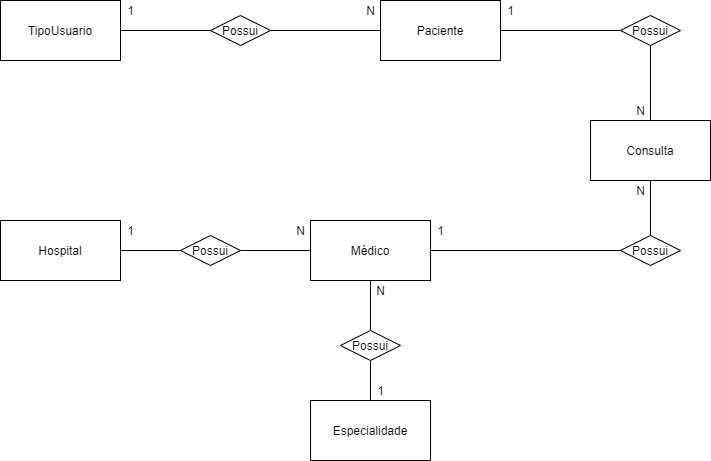
This is Modelagem/SpMedGroup-Conceitual.png from MBrazz/Senai_SpMedGroup_Sprint1_BD_Tarde_MateusBraz, a draw.io export, as it was before one commit. Source tidied: cells renumbered, new cells last; positions are measured from the earlier drawing's top-left corner, leaving out a move shared by most shapes. The source it was exported from:
```xml
<mxGraphModel>
  <root>
    <mxCell id="0" />
    <mxCell id="1" parent="0" />
    <mxCell id="2" style="edgeStyle=orthogonalEdgeStyle;rounded=0;jettySize=auto;html=1;entryX=0.5;entryY=1;entryDx=0;entryDy=0;endArrow=none;endFill=0;" parent="1" edge="1" source="3" target="8">
      <mxGeometry relative="1" as="geometry" />
    </mxCell>
    <mxCell id="3" value="Médico" style="rounded=0;whiteSpace=wrap;html=1;" parent="1" vertex="1">
      <mxGeometry x="310" y="220" width="120" height="60" as="geometry" />
    </mxCell>
    <mxCell id="4" style="edgeStyle=orthogonalEdgeStyle;rounded=0;jettySize=auto;html=1;entryX=0.5;entryY=1;entryDx=0;entryDy=0;endArrow=none;endFill=0;" parent="1" edge="1" source="5" target="29">
      <mxGeometry relative="1" as="geometry" />
    </mxCell>
    <mxCell id="5" value="Especialidade" style="rounded=0;whiteSpace=wrap;html=1;" parent="1" vertex="1">
      <mxGeometry x="310" y="400" width="120" height="60" as="geometry" />
    </mxCell>
    <mxCell id="6" style="edgeStyle=orthogonalEdgeStyle;rounded=0;jettySize=auto;html=1;endArrow=none;endFill=0;" parent="1" edge="1" source="7" target="8">
      <mxGeometry relative="1" as="geometry" />
    </mxCell>
    <mxCell id="7" value="Paciente" style="rounded=0;whiteSpace=wrap;html=1;" parent="1" vertex="1">
      <mxGeometry x="380" width="120" height="60" as="geometry" />
    </mxCell>
    <mxCell id="8" value="Consulta" style="rounded=0;whiteSpace=wrap;html=1;" parent="1" vertex="1">
      <mxGeometry x="590" y="120" width="120" height="60" as="geometry" />
    </mxCell>
    <mxCell id="9" value="TipoUsuario" style="rounded=0;whiteSpace=wrap;html=1;" parent="1" vertex="1">
      <mxGeometry width="120" height="60" as="geometry" />
    </mxCell>
    <mxCell id="10" value="1" style="text;html=1;align=center;verticalAlign=middle;" parent="1" vertex="1">
      <mxGeometry x="120" width="20" height="20" as="geometry" />
    </mxCell>
    <mxCell id="11" style="edgeStyle=orthogonalEdgeStyle;rounded=0;jettySize=auto;html=1;entryX=0;entryY=0.5;entryDx=0;entryDy=0;endArrow=none;endFill=0;" parent="1" edge="1" source="12" target="26">
      <mxGeometry relative="1" as="geometry" />
    </mxCell>
    <mxCell id="12" value="Hospital" style="rounded=0;whiteSpace=wrap;html=1;" parent="1" vertex="1">
      <mxGeometry y="220" width="120" height="60" as="geometry" />
    </mxCell>
    <mxCell id="13" value="N" style="text;html=1;align=center;verticalAlign=middle;" parent="1" vertex="1">
      <mxGeometry x="360" width="20" height="20" as="geometry" />
    </mxCell>
    <mxCell id="14" value="1" style="text;html=1;align=center;verticalAlign=middle;" parent="1" vertex="1">
      <mxGeometry x="500" width="20" height="20" as="geometry" />
    </mxCell>
    <mxCell id="15" value="N" style="text;html=1;align=center;verticalAlign=middle;" parent="1" vertex="1">
      <mxGeometry x="630" y="100" width="20" height="20" as="geometry" />
    </mxCell>
    <mxCell id="16" value="1" style="text;html=1;align=center;verticalAlign=middle;" parent="1" vertex="1">
      <mxGeometry x="120" y="220" width="20" height="20" as="geometry" />
    </mxCell>
    <mxCell id="17" value="1" style="text;html=1;align=center;verticalAlign=middle;" parent="1" vertex="1">
      <mxGeometry x="370" y="380" width="20" height="20" as="geometry" />
    </mxCell>
    <mxCell id="18" value="N" style="text;html=1;align=center;verticalAlign=middle;" parent="1" vertex="1">
      <mxGeometry x="290" y="220" width="20" height="20" as="geometry" />
    </mxCell>
    <mxCell id="19" value="1" style="text;html=1;align=center;verticalAlign=middle;" parent="1" vertex="1">
      <mxGeometry x="430" y="220" width="20" height="20" as="geometry" />
    </mxCell>
    <mxCell id="20" value="N" style="text;html=1;align=center;verticalAlign=middle;" parent="1" vertex="1">
      <mxGeometry x="630" y="180" width="20" height="20" as="geometry" />
    </mxCell>
    <mxCell id="21" style="edgeStyle=orthogonalEdgeStyle;rounded=0;jettySize=auto;html=1;entryX=0;entryY=0.5;entryDx=0;entryDy=0;endArrow=none;endFill=0;" parent="1" edge="1" source="22" target="7">
      <mxGeometry relative="1" as="geometry" />
    </mxCell>
    <mxCell id="22" value="Possui" style="rhombus;whiteSpace=wrap;html=1;" parent="1" vertex="1">
      <mxGeometry x="210" y="15" width="60" height="30" as="geometry" />
    </mxCell>
    <mxCell id="23" style="edgeStyle=orthogonalEdgeStyle;rounded=0;jettySize=auto;html=1;endArrow=none;endFill=0;" parent="1" edge="1" source="9" target="22">
      <mxGeometry relative="1" as="geometry" />
    </mxCell>
    <mxCell id="24" value="Possui" style="rhombus;whiteSpace=wrap;html=1;" parent="1" vertex="1">
      <mxGeometry x="620" y="15" width="60" height="30" as="geometry" />
    </mxCell>
    <mxCell id="25" style="edgeStyle=orthogonalEdgeStyle;rounded=0;jettySize=auto;html=1;entryX=0;entryY=0.5;entryDx=0;entryDy=0;endArrow=none;endFill=0;" parent="1" edge="1" source="26" target="3">
      <mxGeometry relative="1" as="geometry" />
    </mxCell>
    <mxCell id="26" value="Possui" style="rhombus;whiteSpace=wrap;html=1;" parent="1" vertex="1">
      <mxGeometry x="180" y="235" width="60" height="30" as="geometry" />
    </mxCell>
    <mxCell id="27" value="Possui" style="rhombus;whiteSpace=wrap;html=1;" parent="1" vertex="1">
      <mxGeometry x="620" y="235" width="60" height="30" as="geometry" />
    </mxCell>
    <mxCell id="28" style="edgeStyle=orthogonalEdgeStyle;rounded=0;jettySize=auto;html=1;entryX=0.5;entryY=1;entryDx=0;entryDy=0;endArrow=none;endFill=0;" parent="1" edge="1" source="29" target="3">
      <mxGeometry relative="1" as="geometry" />
    </mxCell>
    <mxCell id="29" value="Possui" style="rhombus;whiteSpace=wrap;html=1;" parent="1" vertex="1">
      <mxGeometry x="340" y="330" width="60" height="30" as="geometry" />
    </mxCell>
    <mxCell id="30" value="N" style="text;html=1;align=center;verticalAlign=middle;" parent="1" vertex="1">
      <mxGeometry x="370" y="280" width="20" height="20" as="geometry" />
    </mxCell>
  </root>
</mxGraphModel>
```
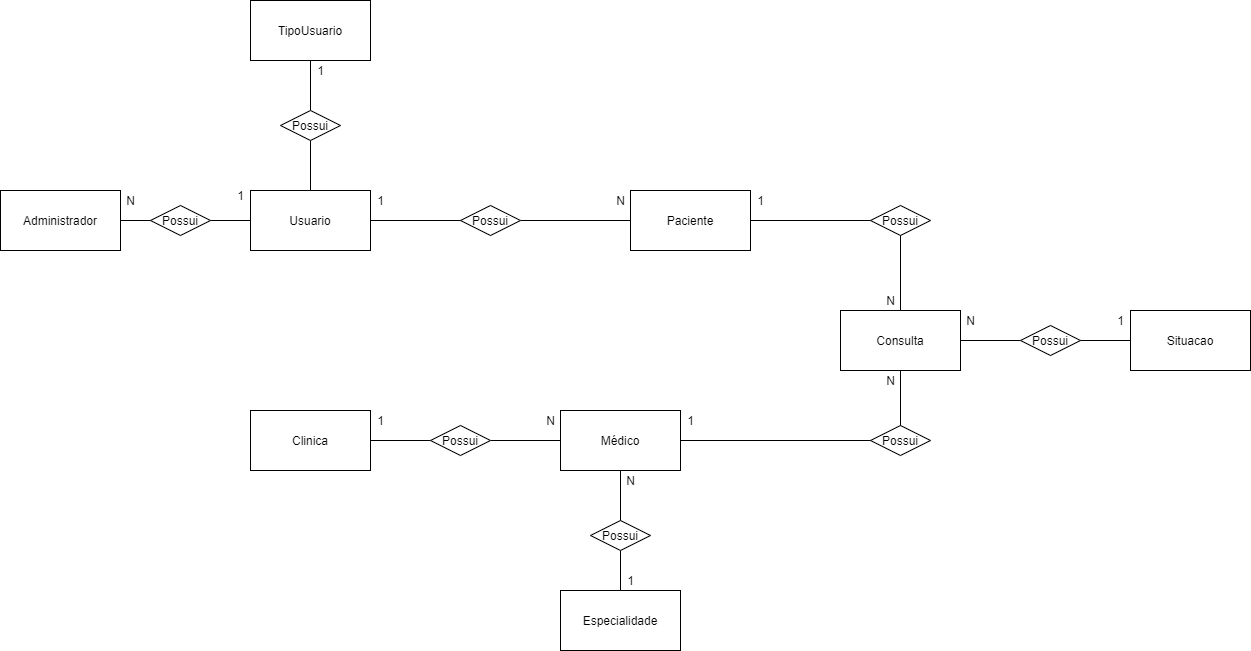
Later version of the same file.

What changed in the source:
```diff
@@ -20,19 +20,16 @@
     <mxCell id="7" value="Paciente" style="rounded=0;whiteSpace=wrap;html=1;" parent="1" vertex="1">
       <mxGeometry x="380" width="120" height="60" as="geometry" />
     </mxCell>
+    <mxCell id="31" style="edgeStyle=orthogonalEdgeStyle;rounded=0;jettySize=auto;html=1;entryX=0;entryY=0.5;entryDx=0;entryDy=0;endArrow=none;endFill=0;" parent="1" edge="1" source="8" target="45">
+      <mxGeometry relative="1" as="geometry" />
+    </mxCell>
     <mxCell id="8" value="Consulta" style="rounded=0;whiteSpace=wrap;html=1;" parent="1" vertex="1">
       <mxGeometry x="590" y="120" width="120" height="60" as="geometry" />
     </mxCell>
-    <mxCell id="9" value="TipoUsuario" style="rounded=0;whiteSpace=wrap;html=1;" parent="1" vertex="1">
-      <mxGeometry width="120" height="60" as="geometry" />
-    </mxCell>
-    <mxCell id="10" value="1" style="text;html=1;align=center;verticalAlign=middle;" parent="1" vertex="1">
-      <mxGeometry x="120" width="20" height="20" as="geometry" />
-    </mxCell>
     <mxCell id="11" style="edgeStyle=orthogonalEdgeStyle;rounded=0;jettySize=auto;html=1;entryX=0;entryY=0.5;entryDx=0;entryDy=0;endArrow=none;endFill=0;" parent="1" edge="1" source="12" target="26">
       <mxGeometry relative="1" as="geometry" />
     </mxCell>
-    <mxCell id="12" value="Hospital" style="rounded=0;whiteSpace=wrap;html=1;" parent="1" vertex="1">
+    <mxCell id="12" value="Clinica" style="rounded=0;whiteSpace=wrap;html=1;" parent="1" vertex="1">
       <mxGeometry y="220" width="120" height="60" as="geometry" />
     </mxCell>
     <mxCell id="13" value="N" style="text;html=1;align=center;verticalAlign=middle;" parent="1" vertex="1">
@@ -65,8 +62,10 @@
     <mxCell id="22" value="Possui" style="rhombus;whiteSpace=wrap;html=1;" parent="1" vertex="1">
       <mxGeometry x="210" y="15" width="60" height="30" as="geometry" />
     </mxCell>
-    <mxCell id="23" style="edgeStyle=orthogonalEdgeStyle;rounded=0;jettySize=auto;html=1;endArrow=none;endFill=0;" parent="1" edge="1" source="9" target="22">
-      <mxGeometry relative="1" as="geometry" />
+    <mxCell id="23" style="edgeStyle=orthogonalEdgeStyle;rounded=0;jettySize=auto;html=1;endArrow=none;endFill=0;" parent="1" edge="1" target="22">
+      <mxGeometry relative="1" as="geometry">
+        <mxPoint x="120" y="30" as="sourcePoint" />
+      </mxGeometry>
     </mxCell>
     <mxCell id="24" value="Possui" style="rhombus;whiteSpace=wrap;html=1;" parent="1" vertex="1">
       <mxGeometry x="620" y="15" width="60" height="30" as="geometry" />
@@ -89,5 +88,59 @@
     <mxCell id="30" value="N" style="text;html=1;align=center;verticalAlign=middle;" parent="1" vertex="1">
       <mxGeometry x="370" y="280" width="20" height="20" as="geometry" />
     </mxCell>
+    <mxCell id="32" value="Usuario" style="rounded=0;whiteSpace=wrap;html=1;" parent="1" vertex="1">
+      <mxGeometry width="120" height="60" as="geometry" />
+    </mxCell>
+    <mxCell id="9" value="TipoUsuario" style="rounded=0;whiteSpace=wrap;html=1;" parent="1" vertex="1">
+      <mxGeometry y="-190" width="120" height="60" as="geometry" />
+    </mxCell>
+    <mxCell id="33" value="Administrador" style="rounded=0;whiteSpace=wrap;html=1;" parent="1" vertex="1">
+      <mxGeometry x="-250" width="120" height="60" as="geometry" />
+    </mxCell>
+    <mxCell id="34" style="edgeStyle=orthogonalEdgeStyle;rounded=0;jettySize=auto;html=1;entryX=0;entryY=0.5;entryDx=0;entryDy=0;endArrow=none;endFill=0;" parent="1" edge="1" source="35" target="32">
+      <mxGeometry relative="1" as="geometry" />
+    </mxCell>
+    <mxCell id="35" value="Possui" style="rhombus;whiteSpace=wrap;html=1;" parent="1" vertex="1">
+      <mxGeometry x="-100" y="15" width="60" height="30" as="geometry" />
+    </mxCell>
+    <mxCell id="36" style="edgeStyle=orthogonalEdgeStyle;rounded=0;jettySize=auto;html=1;endArrow=none;endFill=0;exitX=1;exitY=0.5;exitDx=0;exitDy=0;" parent="1" edge="1" source="33" target="35">
+      <mxGeometry relative="1" as="geometry" />
+    </mxCell>
+    <mxCell id="37" value="N" style="text;html=1;align=center;verticalAlign=middle;" parent="1" vertex="1">
+      <mxGeometry x="-130" width="20" height="20" as="geometry" />
+    </mxCell>
+    <mxCell id="38" value="1" style="text;html=1;align=center;verticalAlign=middle;" parent="1" vertex="1">
+      <mxGeometry x="-20" y="-5" width="20" height="20" as="geometry" />
+    </mxCell>
+    <mxCell id="39" style="edgeStyle=orthogonalEdgeStyle;rounded=0;jettySize=auto;html=1;endArrow=none;endFill=0;entryX=0.5;entryY=1;entryDx=0;entryDy=0;" parent="1" edge="1" source="41" target="9">
+      <mxGeometry relative="1" as="geometry" />
+    </mxCell>
+    <mxCell id="40" style="edgeStyle=orthogonalEdgeStyle;rounded=0;jettySize=auto;html=1;endArrow=none;endFill=0;" parent="1" edge="1" source="41" target="32">
+      <mxGeometry relative="1" as="geometry" />
+    </mxCell>
+    <mxCell id="41" value="Possui" style="rhombus;whiteSpace=wrap;html=1;" parent="1" vertex="1">
+      <mxGeometry x="30" y="-80" width="60" height="30" as="geometry" />
+    </mxCell>
+    <mxCell id="42" value="1" style="text;html=1;align=center;verticalAlign=middle;" parent="1" vertex="1">
+      <mxGeometry x="60" y="-130" width="20" height="20" as="geometry" />
+    </mxCell>
+    <mxCell id="10" value="1" style="text;html=1;align=center;verticalAlign=middle;" parent="1" vertex="1">
+      <mxGeometry x="120" width="20" height="20" as="geometry" />
+    </mxCell>
+    <mxCell id="43" value="Situacao" style="rounded=0;whiteSpace=wrap;html=1;" parent="1" vertex="1">
+      <mxGeometry x="880" y="120" width="120" height="60" as="geometry" />
+    </mxCell>
+    <mxCell id="44" style="edgeStyle=orthogonalEdgeStyle;rounded=0;jettySize=auto;html=1;entryX=0;entryY=0.5;entryDx=0;entryDy=0;endArrow=none;endFill=0;" parent="1" edge="1" source="45" target="43">
+      <mxGeometry relative="1" as="geometry" />
+    </mxCell>
+    <mxCell id="45" value="Possui" style="rhombus;whiteSpace=wrap;html=1;" parent="1" vertex="1">
+      <mxGeometry x="770" y="135" width="60" height="30" as="geometry" />
+    </mxCell>
+    <mxCell id="46" value="N" style="text;html=1;align=center;verticalAlign=middle;" parent="1" vertex="1">
+      <mxGeometry x="710" y="120" width="20" height="20" as="geometry" />
+    </mxCell>
+    <mxCell id="47" value="1" style="text;html=1;align=center;verticalAlign=middle;" parent="1" vertex="1">
+      <mxGeometry x="860" y="120" width="20" height="20" as="geometry" />
+    </mxCell>
   </root>
 </mxGraphModel>
```
